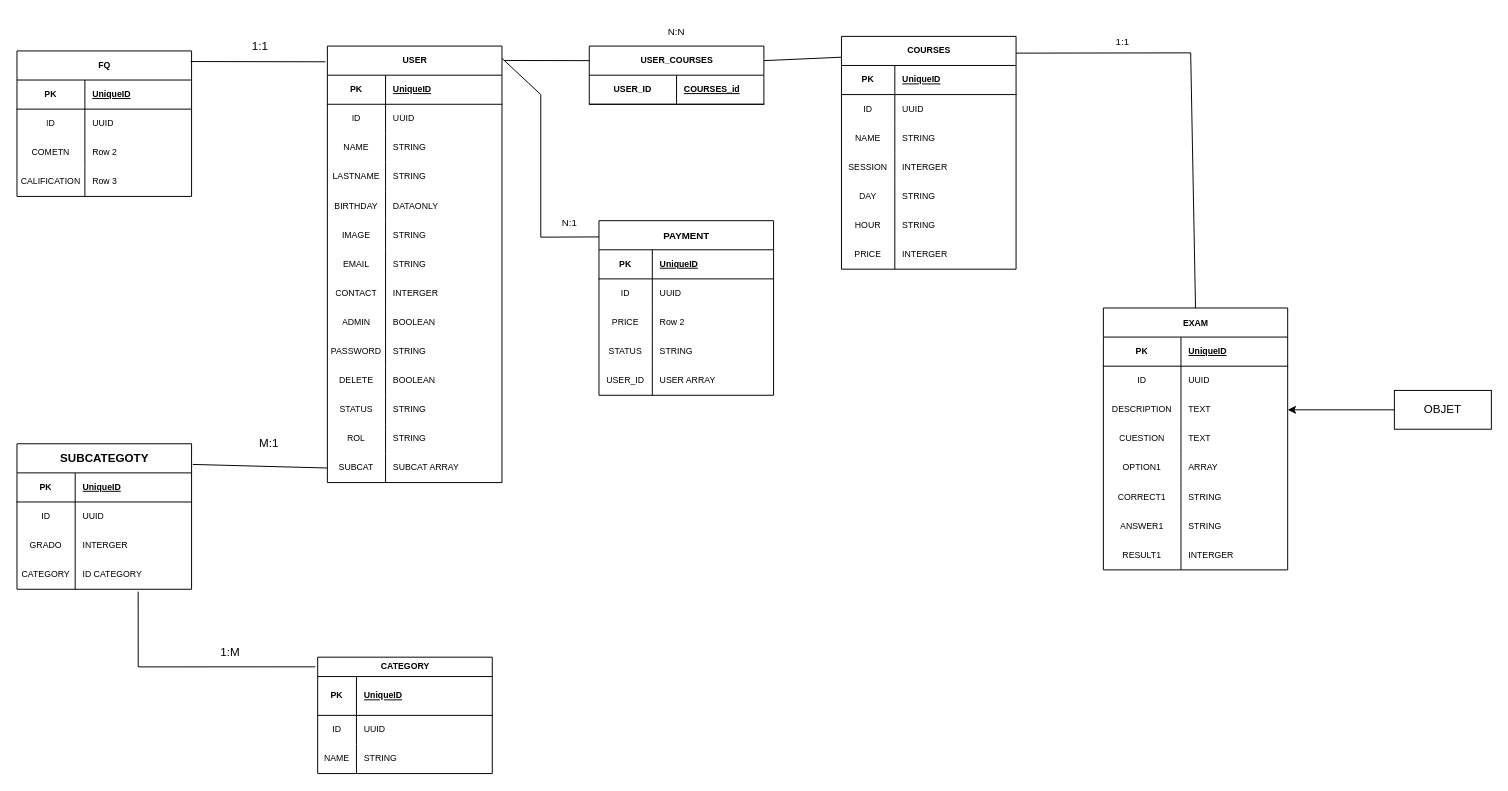
This is Diagrama sin título.drawio from AndresAndrada/AndresAndrada, a draw.io file, before an edit. Source tidied: cells renumbered, new cells numbered last; positions are measured from the earlier drawing's top-left corner, leaving out a move shared by most shapes. Both pictures are drawn from the tidied source at 97%, with x=0, y=0 at pixel (16, 16).
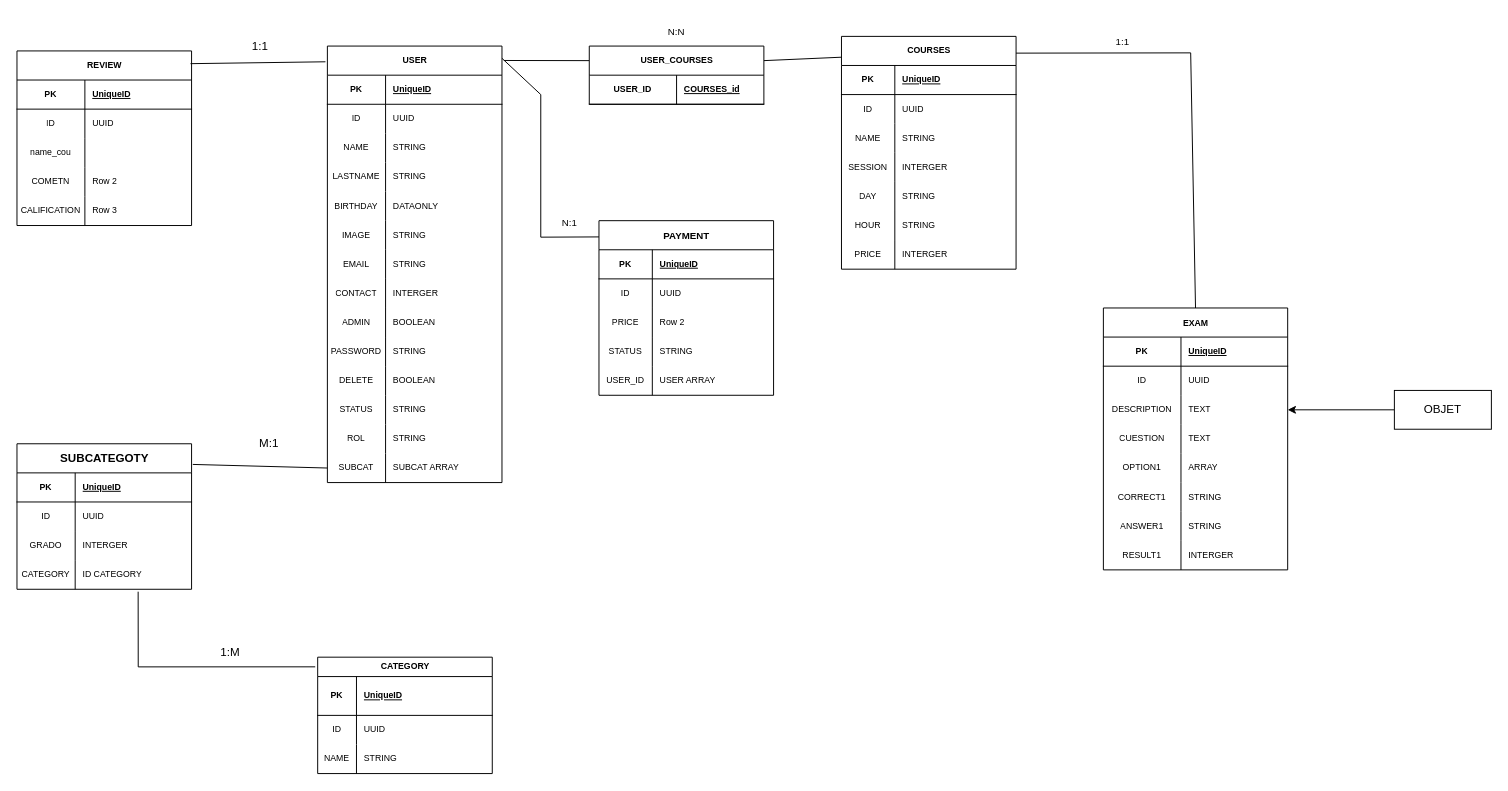
The same page after the edit.

Diff of the diagram source:
```diff
@@
-    <mxCell id="148" value="FQ" style="shape=table;startSize=30;childLayout=tableLayout;rowLines=0;fontStyle=1;align=center;html=1;fontSize=9;" parent="1" vertex="1">
-      <mxGeometry y="35" width="180" height="150" as="geometry" />
+    <mxCell id="148" value="REVIEW" style="shape=table;startSize=30;childLayout=tableLayout;rowLines=0;fontStyle=1;align=center;html=1;fontSize=9;" parent="1" vertex="1">
+      <mxGeometry y="35" width="180" height="180" as="geometry" />
     </mxCell>
@@
+    <mxCell id="163" style="shape=tableRow;horizontal=0;startSize=0;swimlaneHead=0;swimlaneBody=0;fillColor=none;top=0;left=0;right=0;bottom=0;fontSize=9;" parent="148" vertex="1">
+      <mxGeometry y="90" width="180" height="30" as="geometry" />
+    </mxCell>
+    <mxCell id="164" value="name_cou" style="shape=partialRectangle;fillColor=none;top=0;left=0;bottom=0;right=0;overflow=hidden;whiteSpace=wrap;html=1;fontSize=9;" parent="163" vertex="1">
+      <mxGeometry width="70" height="30" as="geometry" />
+    </mxCell>
+    <mxCell id="165" style="shape=partialRectangle;fillColor=none;top=0;left=0;bottom=0;right=0;align=left;spacingLeft=6;overflow=hidden;whiteSpace=wrap;html=1;fontSize=9;" parent="163" vertex="1">
+      <mxGeometry x="70" width="110" height="30" as="geometry" />
+    </mxCell>
     <mxCell id="155" style="shape=tableRow;horizontal=0;startSize=0;swimlaneHead=0;swimlaneBody=0;fillColor=none;top=0;left=0;right=0;bottom=0;fontSize=9;" parent="148" vertex="1">
-      <mxGeometry y="90" width="180" height="30" as="geometry" />
+      <mxGeometry y="120" width="180" height="30" as="geometry" />
     </mxCell>
@@
     <mxCell id="158" style="shape=tableRow;horizontal=0;startSize=0;swimlaneHead=0;swimlaneBody=0;fillColor=none;top=0;left=0;right=0;bottom=0;fontSize=9;" parent="148" vertex="1">
-      <mxGeometry y="120" width="180" height="30" as="geometry" />
+      <mxGeometry y="150" width="180" height="30" as="geometry" />
     </mxCell>
```
